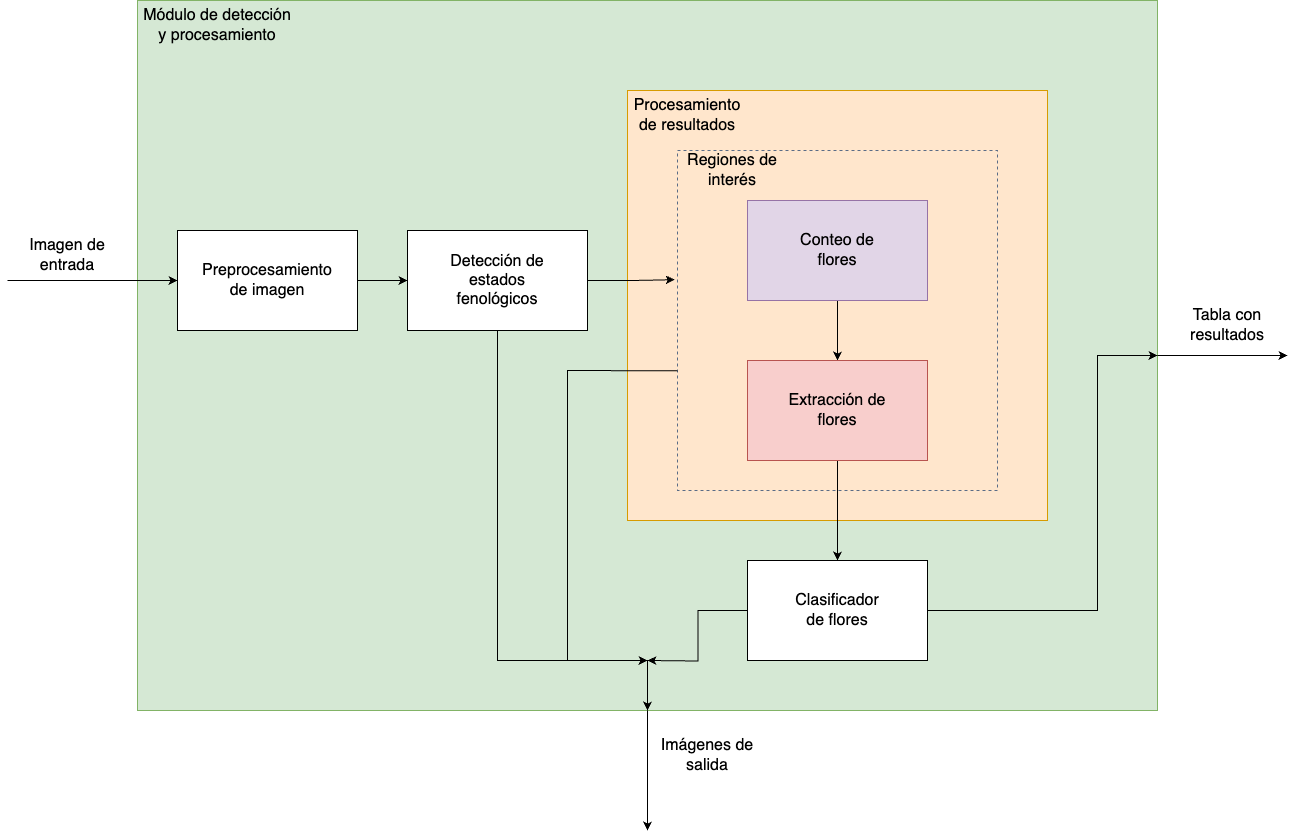
Hector242/Plantilla-memoria keeps this draw.io diagram as Figures/DetecciónFlor.drawio.png. Above is the earlier version. Source tidied: cells renumbered, new cells last; positions are measured from the earlier drawing's top-left corner, leaving out a move shared by most shapes.
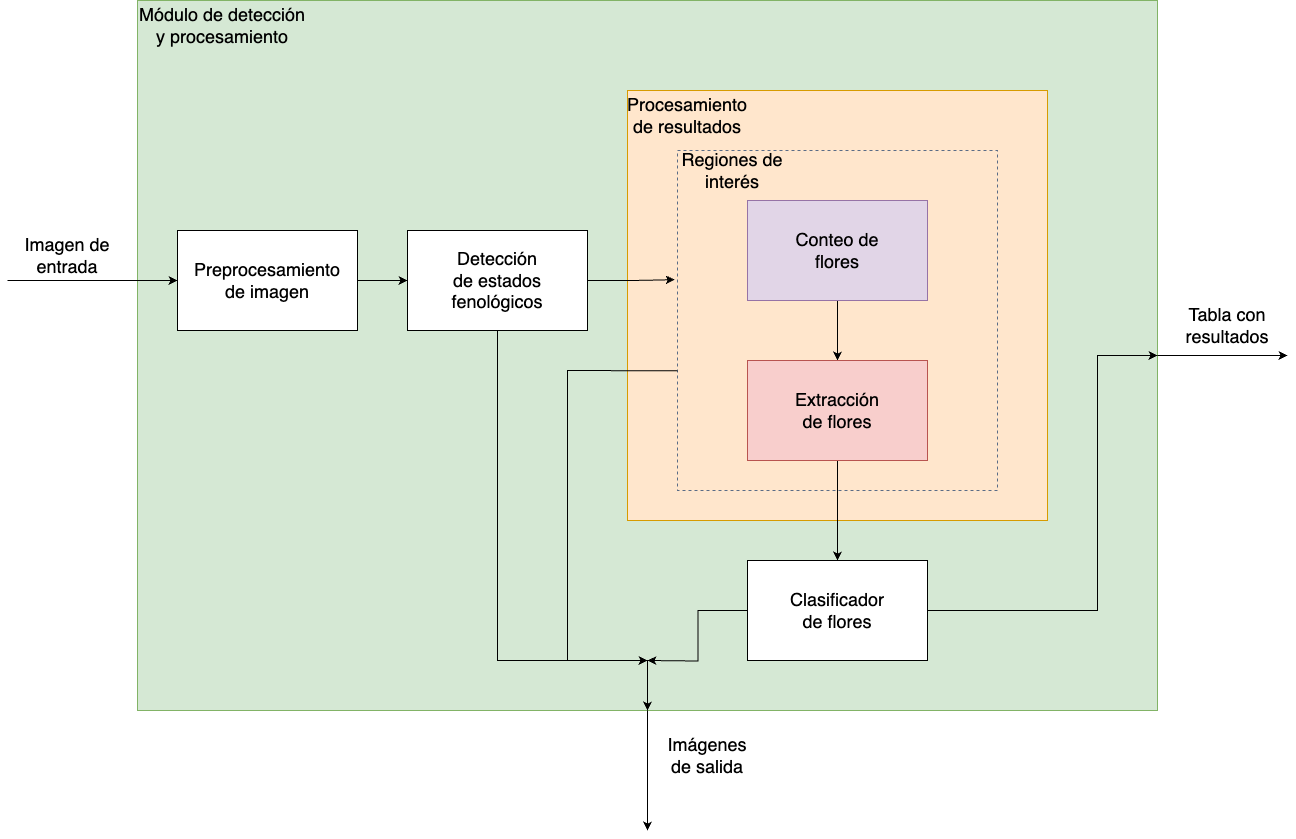
The same diagram one commit later.

Diff of the diagram source:
```diff
@@ -22,7 +22,7 @@
     <mxCell id="6" style="rounded=0;whiteSpace=wrap;html=1;" parent="1" vertex="1">
       <mxGeometry x="400" y="230" width="180" height="100" as="geometry" />
     </mxCell>
-    <mxCell id="7" value="&lt;font style=&quot;font-size: 16px;&quot;&gt;Detección de estados fenológicos&lt;/font&gt;" style="text;html=1;align=center;verticalAlign=middle;whiteSpace=wrap;rounded=0;" parent="1" vertex="1">
+    <mxCell id="7" value="&lt;font style=&quot;font-size: 18px;&quot;&gt;Detección de estados fenológicos&lt;/font&gt;" style="text;html=1;align=center;verticalAlign=middle;whiteSpace=wrap;rounded=0;" parent="1" vertex="1">
       <mxGeometry x="440" y="265" width="100" height="30" as="geometry" />
     </mxCell>
     <mxCell id="8" style="edgeStyle=orthogonalEdgeStyle;rounded=0;jettySize=auto;html=1;entryX=0;entryY=0.5;entryDx=0;entryDy=0;" parent="1" edge="1" source="9" target="6">
@@ -31,7 +31,7 @@
     <mxCell id="9" style="rounded=0;whiteSpace=wrap;html=1;" parent="1" vertex="1">
       <mxGeometry x="170" y="230" width="180" height="100" as="geometry" />
     </mxCell>
-    <mxCell id="10" value="&lt;font style=&quot;font-size: 16px;&quot;&gt;Preprocesamiento de imagen&lt;/font&gt;" style="text;html=1;align=center;verticalAlign=middle;whiteSpace=wrap;rounded=0;" parent="1" vertex="1">
+    <mxCell id="10" value="&lt;font style=&quot;font-size: 18px;&quot;&gt;Preprocesamiento de imagen&lt;/font&gt;" style="text;html=1;align=center;verticalAlign=middle;whiteSpace=wrap;rounded=0;" parent="1" vertex="1">
       <mxGeometry x="210" y="265" width="100" height="30" as="geometry" />
     </mxCell>
     <mxCell id="11" style="edgeStyle=orthogonalEdgeStyle;rounded=0;jettySize=auto;html=1;entryX=0.5;entryY=0;entryDx=0;entryDy=0;" parent="1" edge="1" source="12" target="17">
@@ -40,13 +40,13 @@
     <mxCell id="12" style="rounded=0;whiteSpace=wrap;html=1;fillColor=#e1d5e7;strokeColor=#9673a6;" parent="1" vertex="1">
       <mxGeometry x="740" y="200" width="180" height="100" as="geometry" />
     </mxCell>
-    <mxCell id="13" value="&lt;font style=&quot;font-size: 16px;&quot;&gt;Conteo de flores&lt;/font&gt;" style="text;html=1;align=center;verticalAlign=middle;whiteSpace=wrap;rounded=0;" parent="1" vertex="1">
+    <mxCell id="13" value="&lt;font style=&quot;font-size: 18px;&quot;&gt;Conteo de flores&lt;/font&gt;" style="text;html=1;align=center;verticalAlign=middle;whiteSpace=wrap;rounded=0;" parent="1" vertex="1">
       <mxGeometry x="780" y="235" width="100" height="30" as="geometry" />
     </mxCell>
-    <mxCell id="14" value="&lt;font style=&quot;font-size: 16px;&quot;&gt;Procesamiento de resultados&lt;/font&gt;" style="text;html=1;align=center;verticalAlign=middle;whiteSpace=wrap;rounded=0;" parent="1" vertex="1">
+    <mxCell id="14" value="&lt;font style=&quot;font-size: 18px;&quot;&gt;Procesamiento de resultados&lt;/font&gt;" style="text;html=1;align=center;verticalAlign=middle;whiteSpace=wrap;rounded=0;" parent="1" vertex="1">
       <mxGeometry x="620" y="100" width="120" height="30" as="geometry" />
     </mxCell>
-    <mxCell id="15" value="&lt;font style=&quot;font-size: 16px;&quot;&gt;Regiones de interés&lt;/font&gt;" style="text;html=1;align=center;verticalAlign=middle;whiteSpace=wrap;rounded=0;" parent="1" vertex="1">
+    <mxCell id="15" value="&lt;font style=&quot;font-size: 18px;&quot;&gt;Regiones de interés&lt;/font&gt;" style="text;html=1;align=center;verticalAlign=middle;whiteSpace=wrap;rounded=0;" parent="1" vertex="1">
       <mxGeometry x="670" y="150" width="110" height="40" as="geometry" />
     </mxCell>
     <mxCell id="16" style="edgeStyle=orthogonalEdgeStyle;rounded=0;jettySize=auto;html=1;entryX=0.5;entryY=0;entryDx=0;entryDy=0;" parent="1" edge="1" source="17" target="21">
@@ -55,7 +55,7 @@
     <mxCell id="17" style="rounded=0;whiteSpace=wrap;html=1;fillColor=#f8cecc;strokeColor=#b85450;" parent="1" vertex="1">
       <mxGeometry x="740" y="360" width="180" height="100" as="geometry" />
     </mxCell>
-    <mxCell id="18" value="&lt;font style=&quot;font-size: 16px;&quot;&gt;Extracción de flores&lt;/font&gt;" style="text;html=1;align=center;verticalAlign=middle;whiteSpace=wrap;rounded=0;" parent="1" vertex="1">
+    <mxCell id="18" value="&lt;font style=&quot;font-size: 18px;&quot;&gt;Extracción de flores&lt;/font&gt;" style="text;html=1;align=center;verticalAlign=middle;whiteSpace=wrap;rounded=0;" parent="1" vertex="1">
       <mxGeometry x="780" y="395" width="100" height="30" as="geometry" />
     </mxCell>
     <mxCell id="19" style="edgeStyle=orthogonalEdgeStyle;rounded=0;jettySize=auto;html=1;entryX=1;entryY=0.5;entryDx=0;entryDy=0;" parent="1" edge="1" source="21" target="2">
@@ -74,7 +74,7 @@
     <mxCell id="21" style="rounded=0;whiteSpace=wrap;html=1;" parent="1" vertex="1">
       <mxGeometry x="740" y="560" width="180" height="100" as="geometry" />
     </mxCell>
-    <mxCell id="22" value="&lt;font style=&quot;font-size: 16px;&quot;&gt;Clasificador de flores&lt;/font&gt;" style="text;html=1;align=center;verticalAlign=middle;whiteSpace=wrap;rounded=0;" parent="1" vertex="1">
+    <mxCell id="22" value="&lt;font style=&quot;font-size: 18px;&quot;&gt;Clasificador de flores&lt;/font&gt;" style="text;html=1;align=center;verticalAlign=middle;whiteSpace=wrap;rounded=0;" parent="1" vertex="1">
       <mxGeometry x="780" y="595" width="100" height="30" as="geometry" />
     </mxCell>
     <mxCell id="23" style="endArrow=classic;html=1;rounded=0;entryX=0;entryY=0.5;entryDx=0;entryDy=0;" parent="1" edge="1" target="9">
@@ -82,7 +82,7 @@
         <mxPoint y="280" as="sourcePoint" />
       </mxGeometry>
     </mxCell>
-    <mxCell id="24" value="&lt;font style=&quot;font-size: 16px;&quot;&gt;Imagen de entrada&lt;/font&gt;" style="text;html=1;align=center;verticalAlign=middle;whiteSpace=wrap;rounded=0;" parent="1" vertex="1">
+    <mxCell id="24" value="&lt;font style=&quot;font-size: 18px;&quot;&gt;Imagen de entrada&lt;/font&gt;" style="text;html=1;align=center;verticalAlign=middle;whiteSpace=wrap;rounded=0;" parent="1" vertex="1">
       <mxGeometry x="10" y="240" width="100" height="30" as="geometry" />
     </mxCell>
     <mxCell id="25" style="edgeStyle=orthogonalEdgeStyle;rounded=0;jettySize=auto;html=1;entryX=-0.009;entryY=0.38;entryDx=0;entryDy=0;entryPerimeter=0;" parent="1" edge="1" source="6" target="4">
@@ -104,7 +104,7 @@
         <mxPoint x="640" y="830" as="targetPoint" />
       </mxGeometry>
     </mxCell>
-    <mxCell id="28" value="&lt;font style=&quot;font-size: 16px;&quot;&gt;Imágenes de salida&lt;/font&gt;" style="text;html=1;align=center;verticalAlign=middle;whiteSpace=wrap;rounded=0;" parent="1" vertex="1">
+    <mxCell id="28" value="&lt;font style=&quot;font-size: 18px;&quot;&gt;Imágenes de salida&lt;/font&gt;" style="text;html=1;align=center;verticalAlign=middle;whiteSpace=wrap;rounded=0;" parent="1" vertex="1">
       <mxGeometry x="650" y="740" width="100" height="30" as="geometry" />
     </mxCell>
     <mxCell id="29" style="endArrow=classic;html=1;rounded=0;exitX=1;exitY=0.5;exitDx=0;exitDy=0;" parent="1" edge="1" source="2">
@@ -112,11 +112,11 @@
         <mxPoint x="1280" y="355" as="targetPoint" />
       </mxGeometry>
     </mxCell>
-    <mxCell id="30" value="&lt;font style=&quot;font-size: 16px;&quot;&gt;Tabla con resultados&lt;/font&gt;" style="text;html=1;align=center;verticalAlign=middle;whiteSpace=wrap;rounded=0;" parent="1" vertex="1">
+    <mxCell id="30" value="&lt;font style=&quot;font-size: 18px;&quot;&gt;Tabla con resultados&lt;/font&gt;" style="text;html=1;align=center;verticalAlign=middle;whiteSpace=wrap;rounded=0;" parent="1" vertex="1">
       <mxGeometry x="1170" y="310" width="100" height="30" as="geometry" />
     </mxCell>
-    <mxCell id="31" value="&lt;font style=&quot;font-size: 16px;&quot;&gt;Módulo de detección y procesamiento&lt;/font&gt;" style="text;html=1;align=center;verticalAlign=middle;whiteSpace=wrap;rounded=0;" parent="1" vertex="1">
-      <mxGeometry x="130" y="10" width="160" height="30" as="geometry" />
+    <mxCell id="31" value="&lt;font style=&quot;font-size: 18px;&quot;&gt;Módulo de detección y procesamiento&lt;/font&gt;" style="text;html=1;align=center;verticalAlign=middle;whiteSpace=wrap;rounded=0;" parent="1" vertex="1">
+      <mxGeometry x="130" y="10" width="170" height="30" as="geometry" />
     </mxCell>
   </root>
 </mxGraphModel>
```
